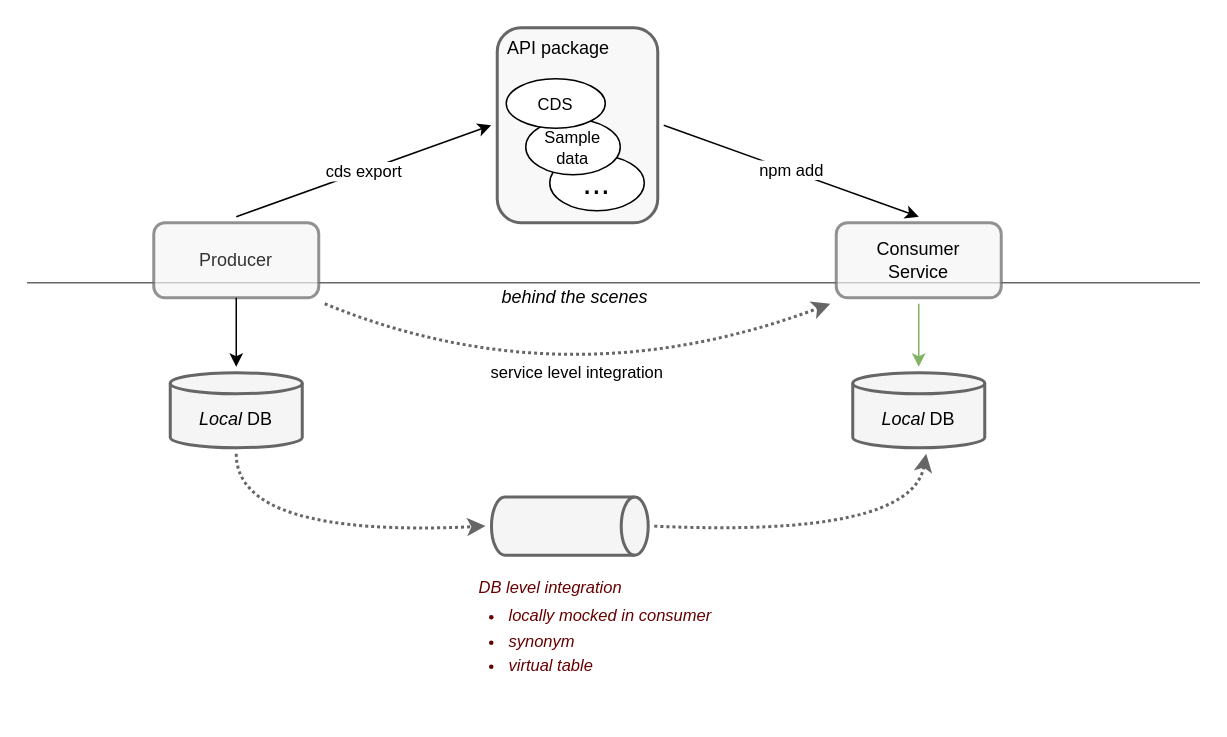
Earlier version of the draw.io diagram assets/images/i_0010.drawio (SAP-samples/teched2025-AD161). Source tidied: cells renumbered, new cells numbered last; positions are measured from the earlier drawing's top-left corner, leaving out a move shared by most shapes. Both pictures are drawn from the tidied source at 150%, with x=0, y=0 at pixel (26, 27).
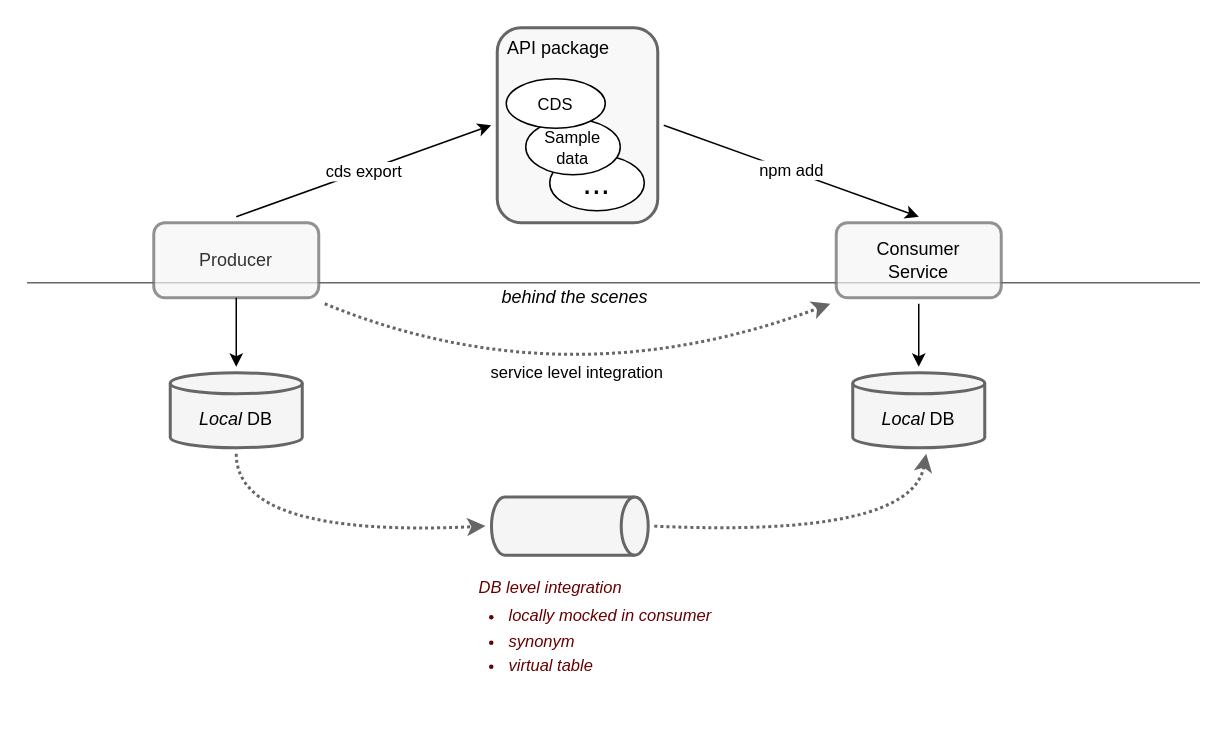
After the change.

The change refers to these unchanged cells:
```xml
<mxCell id="5" value="Consumer&lt;br&gt;Service" style="rounded=1;whiteSpace=wrap;html=1;strokeWidth=2;perimeterSpacing=4;fillColor=light-dark(#f5f5f5, #512d2b);strokeColor=light-dark(#666666, #446e2c);opacity=70;" parent="1" vertex="1">
  <mxGeometry x="540" y="130" width="110" height="50" as="geometry" />
</mxCell>
<mxCell id="8" value="&lt;i&gt;Local&lt;/i&gt; DB" style="shape=cylinder3;whiteSpace=wrap;html=1;boundedLbl=1;backgroundOutline=1;size=7;rounded=1;strokeColor=light-dark(#666666, #446e2c);strokeWidth=2;align=center;verticalAlign=middle;fontFamily=Helvetica;fontSize=12;fillColor=light-dark(#f5f5f5, #512d2b);perimeterSpacing=4;labelBackgroundColor=none;" parent="1" vertex="1">
  <mxGeometry x="551" y="230" width="88" height="50" as="geometry" />
</mxCell>
```

The edit, as a diff of the source:
```diff
@@
-    <mxCell id="4" style="edgeStyle=none;shape=connector;rounded=0;jettySize=auto;html=1;strokeColor=#82b366;align=center;verticalAlign=middle;fontFamily=Helvetica;fontSize=11;fontColor=default;labelBackgroundColor=default;endArrow=classic;fillColor=#d5e8d4;exitX=0.5;exitY=1;exitDx=0;exitDy=0;entryX=0.5;entryY=0;entryDx=0;entryDy=0;entryPerimeter=0;" parent="1" edge="1" source="5" target="8">
+    <mxCell id="4" style="edgeStyle=none;shape=connector;rounded=0;jettySize=auto;html=1;strokeColor=#000000;align=center;verticalAlign=middle;fontFamily=Helvetica;fontSize=11;fontColor=default;labelBackgroundColor=default;endArrow=classic;fillColor=#d5e8d4;exitX=0.5;exitY=1;exitDx=0;exitDy=0;entryX=0.5;entryY=0;entryDx=0;entryDy=0;entryPerimeter=0;" parent="1" edge="1" source="5" target="8">
       <mxGeometry relative="1" as="geometry" />
     </mxCell>
```
